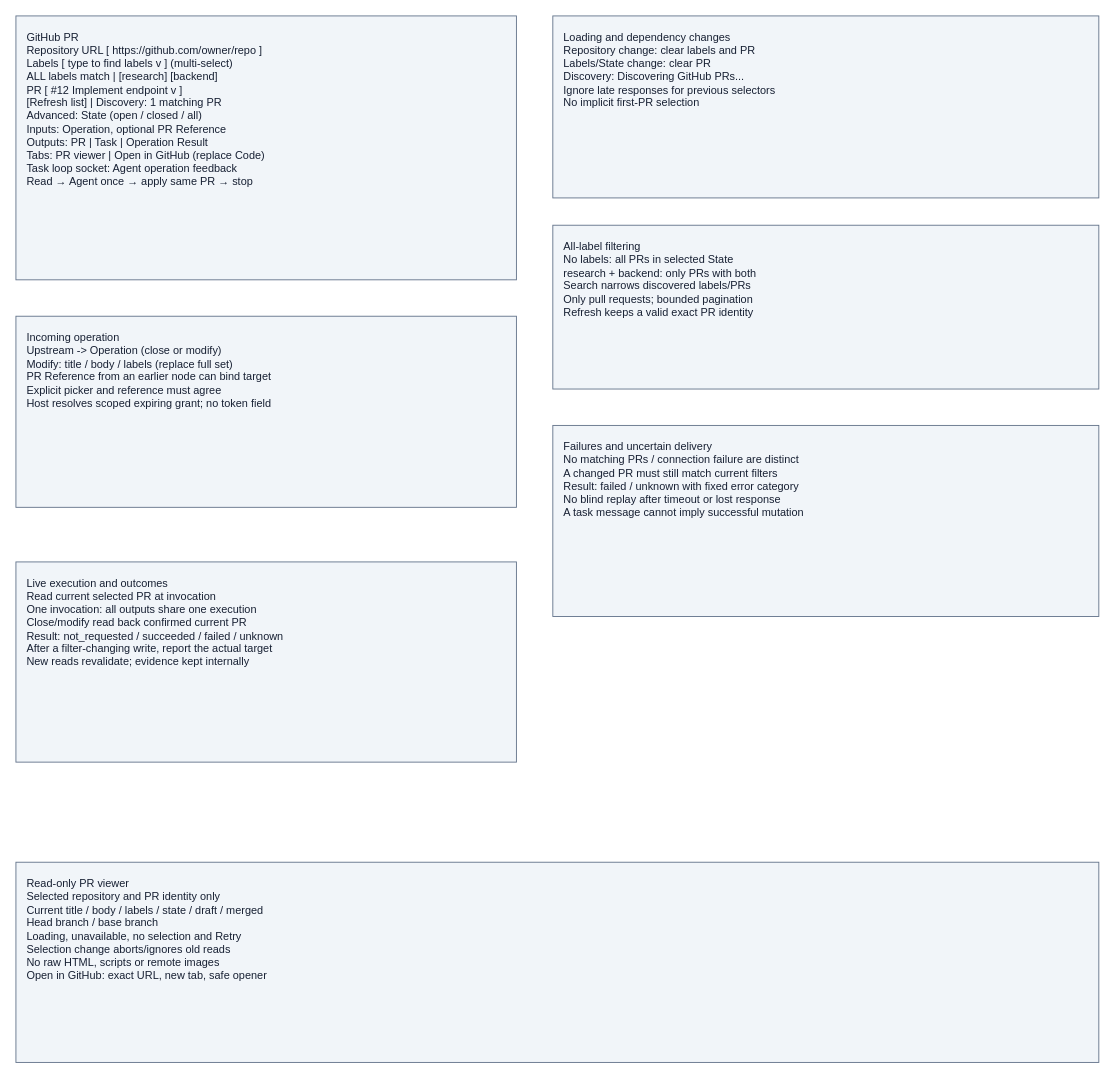
Before: projects/laomedo/subsystems/issue-integration/design/github-pr-node.drawio in amadou-6e/specs, a draw.io diagram. Source tidied: cells renumbered, new cells numbered last; positions are measured from the earlier drawing's top-left corner, leaving out a move shared by most shapes. Both pictures are drawn from the tidied source at 91%, with x=0, y=0 at pixel (15, 15).
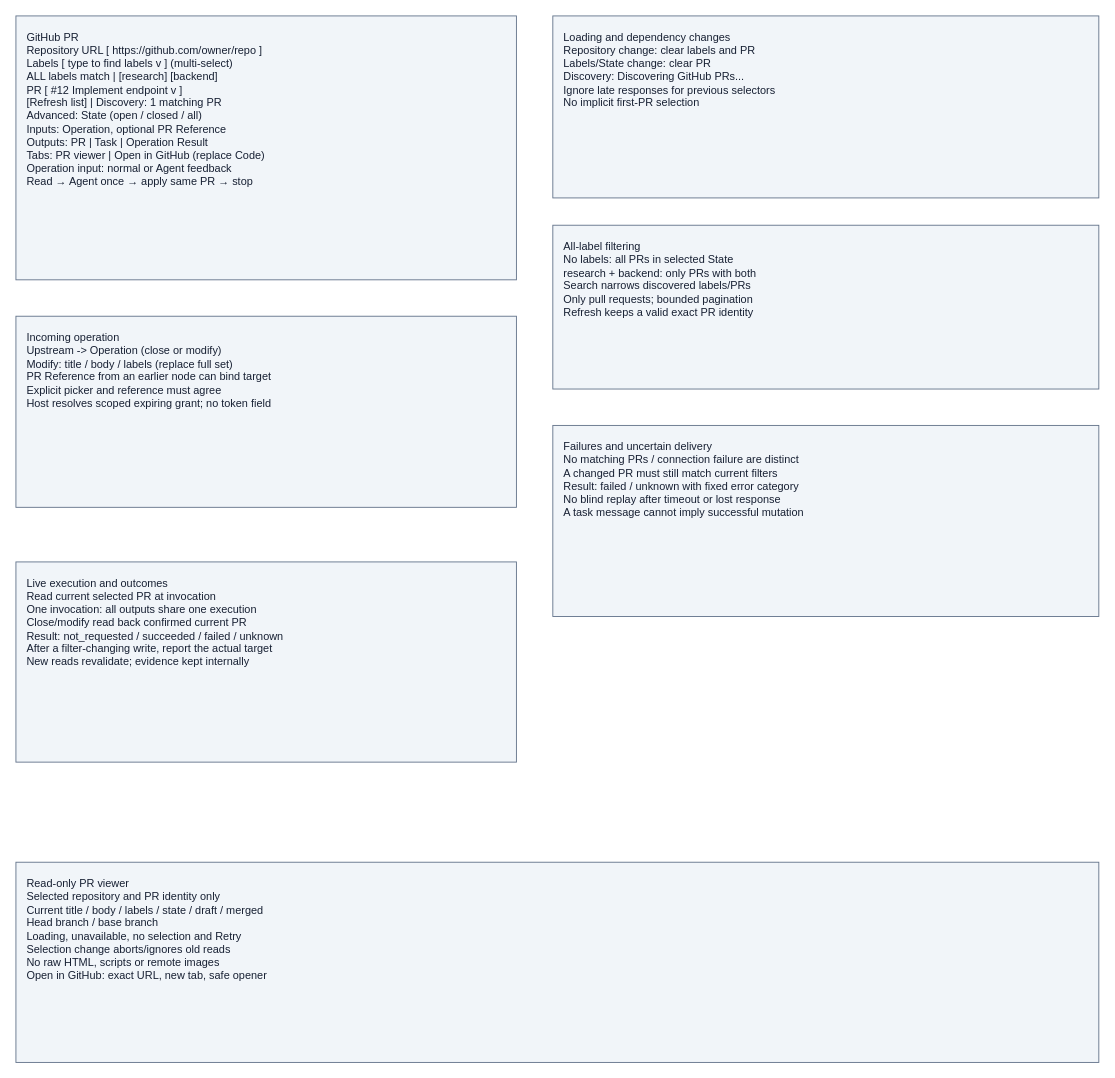
The same diagram, later.

Commit message (it also covers changes not shown here):
Specify Operation input for ordinary and feedback PR operations

What changed in the source:
```diff
@@
 <mxGraphModel>
   <root>
     <mxCell id="0" />
     <mxCell id="1" parent="0" />
-    <mxCell id="2" value="GitHub PR&#10;Repository URL [ https://github.com/owner/repo ]&#10;Labels [ type to find labels v ] (multi-select)&#10;ALL labels match | [research] [backend]&#10;PR [ #12 Implement endpoint                 v ]&#10;[Refresh list] | Discovery: 1 matching PR&#10;Advanced: State (open / closed / all)&#10;Inputs: Operation, optional PR Reference&#10;Outputs: PR | Task | Operation Result&#10;Tabs: PR viewer | Open in GitHub (replace Code)&#10;Task loop socket: Agent operation feedback&#10;Read → Agent once → apply same PR → stop" style="rounded=0;whiteSpace=wrap;html=0;align=left;verticalAlign=top;spacing=12;fillColor=#f1f5f9;strokeColor=#64748b;fontColor=#172033;" parent="1" vertex="1">
+    <mxCell id="2" value="GitHub PR&#10;Repository URL [ https://github.com/owner/repo ]&#10;Labels [ type to find labels v ] (multi-select)&#10;ALL labels match | [research] [backend]&#10;PR [ #12 Implement endpoint                 v ]&#10;[Refresh list] | Discovery: 1 matching PR&#10;Advanced: State (open / closed / all)&#10;Inputs: Operation, optional PR Reference&#10;Outputs: PR | Task | Operation Result&#10;Tabs: PR viewer | Open in GitHub (replace Code)&#10;Operation input: normal or Agent feedback&#10;Read → Agent once → apply same PR → stop" style="rounded=0;whiteSpace=wrap;html=0;align=left;verticalAlign=top;spacing=12;fillColor=#f1f5f9;strokeColor=#64748b;fontColor=#172033;" parent="1" vertex="1">
       <mxGeometry width="550" height="290" as="geometry" />
     </mxCell>
     <mxCell id="3" value="Loading and dependency changes&#10;Repository change: clear labels and PR&#10;Labels/State change: clear PR&#10;Discovery: Discovering GitHub PRs...&#10;Ignore late responses for previous selectors&#10;No implicit first-PR selection" style="rounded=0;whiteSpace=wrap;html=0;align=left;verticalAlign=top;spacing=12;fillColor=#f1f5f9;strokeColor=#64748b;fontColor=#172033;" parent="1" vertex="1">
       <mxGeometry x="590" width="600" height="200" as="geometry" />
     </mxCell>
     <mxCell id="4" value="All-label filtering&#10;No labels: all PRs in selected State&#10;research + backend: only PRs with both&#10;Search narrows discovered labels/PRs&#10;Only pull requests; bounded pagination&#10;Refresh keeps a valid exact PR identity" style="rounded=0;whiteSpace=wrap;html=0;align=left;verticalAlign=top;spacing=12;fillColor=#f1f5f9;strokeColor=#64748b;fontColor=#172033;" parent="1" vertex="1">
       <mxGeometry x="590" y="230" width="600" height="180" as="geometry" />
     </mxCell>
     <mxCell id="5" value="Incoming operation&#10;Upstream -&gt; Operation (close or modify)&#10;Modify: title / body / labels (replace full set)&#10;PR Reference from an earlier node can bind target&#10;Explicit picker and reference must agree&#10;Host resolves scoped expiring grant; no token field" style="rounded=0;whiteSpace=wrap;html=0;align=left;verticalAlign=top;spacing=12;fillColor=#f1f5f9;strokeColor=#64748b;fontColor=#172033;" parent="1" vertex="1">
       <mxGeometry y="330" width="550" height="210" as="geometry" />
     </mxCell>
     <mxCell id="6" value="Failures and uncertain delivery&#10;No matching PRs / connection failure are distinct&#10;A changed PR must still match current filters&#10;Result: failed / unknown with fixed error category&#10;No blind replay after timeout or lost response&#10;A task message cannot imply successful mutation" style="rounded=0;whiteSpace=wrap;html=0;align=left;verticalAlign=top;spacing=12;fillColor=#f1f5f9;strokeColor=#64748b;fontColor=#172033;" parent="1" vertex="1">
       <mxGeometry x="590" y="450" width="600" height="210" as="geometry" />
     </mxCell>
     <mxCell id="7" value="Live execution and outcomes&#10;Read current selected PR at invocation&#10;One invocation: all outputs share one execution&#10;Close/modify read back confirmed current PR&#10;Result: not_requested / succeeded / failed / unknown&#10;After a filter-changing write, report the actual target&#10;New reads revalidate; evidence kept internally" style="rounded=0;whiteSpace=wrap;html=0;align=left;verticalAlign=top;spacing=12;fillColor=#f1f5f9;strokeColor=#64748b;fontColor=#172033;" parent="1" vertex="1">
       <mxGeometry y="600" width="550" height="220" as="geometry" />
     </mxCell>
     <mxCell id="8" value="Read-only PR viewer&#10;Selected repository and PR identity only&#10;Current title / body / labels / state / draft / merged&#10;Head branch / base branch&#10;Loading, unavailable, no selection and Retry&#10;Selection change aborts/ignores old reads&#10;No raw HTML, scripts or remote images&#10;Open in GitHub: exact URL, new tab, safe opener" style="rounded=0;whiteSpace=wrap;html=0;align=left;verticalAlign=top;spacing=12;fillColor=#f1f5f9;strokeColor=#64748b;fontColor=#172033;" parent="1" vertex="1">
       <mxGeometry y="930" width="1190" height="220" as="geometry" />
     </mxCell>
   </root>
 </mxGraphModel>
```
